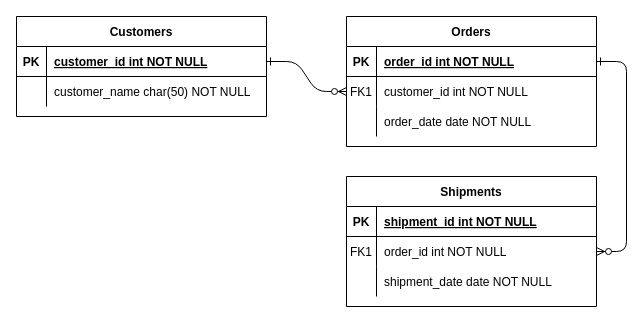
This is Untitled Diagram.drawio from belabonga/Javascript-EJS-Sequelize-Trupentool, a draw.io file, before an edit. Source tidied: cells renumbered, new cells numbered last; positions are measured from the earlier drawing's top-left corner, leaving out a move shared by most shapes. Both pictures are drawn from the tidied source at 100%, with x=0, y=0 at pixel (16, 16).
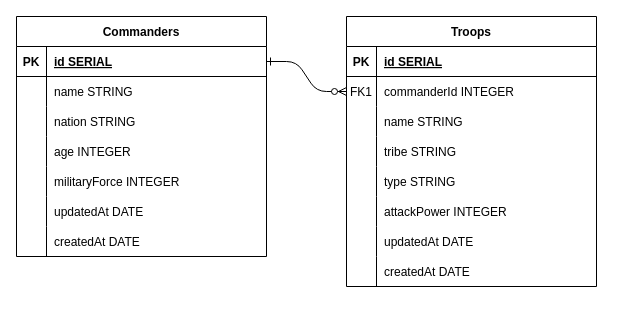
The same page after the edit.

Unchanged cells that the change refers to:
```xml
<mxCell id="5" style="shape=partialRectangle;fillColor=none;points=[[0,0.5],[1,0.5]];portConstraint=eastwest;top=0;left=0;right=0;bottom=1;" parent="4" vertex="1">
  <mxGeometry y="30" width="250" height="30" as="geometry" />
</mxCell>
<mxCell id="8" style="shape=partialRectangle;fillColor=none;points=[[0,0.5],[1,0.5]];portConstraint=eastwest;top=0;left=0;right=0;bottom=0;" parent="4" vertex="1">
  <mxGeometry y="60" width="250" height="30" as="geometry" />
</mxCell>
<mxCell id="11" style="shape=partialRectangle;fillColor=none;top=0;left=0;right=0;bottom=0;" parent="4" vertex="1">
  <mxGeometry y="90" width="250" height="30" as="geometry" />
</mxCell>
<mxCell id="25" style="shape=partialRectangle;fillColor=none;points=[[0,0.5],[1,0.5]];portConstraint=eastwest;top=0;left=0;right=0;bottom=1;" parent="24" vertex="1">
  <mxGeometry y="30" width="250" height="30" as="geometry" />
</mxCell>
<mxCell id="28" style="shape=partialRectangle;fillColor=none;top=0;left=0;right=0;bottom=0;" parent="24" vertex="1">
  <mxGeometry y="60" width="250" height="30" as="geometry" />
</mxCell>
```

The edit, as a diff of the source:
```diff
@@
-    <mxCell id="3" style="edgeStyle=entityRelationEdgeStyle;endArrow=ERzeroToMany;startArrow=ERone;endFill=1;startFill=0;" parent="1" edge="1" source="5" target="18">
-      <mxGeometry relative="1" as="geometry" />
-    </mxCell>
-    <mxCell id="4" value="Orders" style="shape=table;startSize=30;childLayout=tableLayout;rowLines=0;fontStyle=1;align=center;" parent="1" vertex="1">
-      <mxGeometry x="330" width="250" height="130" as="geometry" />
+    <mxCell id="4" value="Troops" style="shape=table;startSize=30;childLayout=tableLayout;rowLines=0;fontStyle=1;align=center;" parent="1" vertex="1">
+      <mxGeometry x="330" width="250" height="270" as="geometry" />
     </mxCell>
@@
-    <mxCell id="7" value="order_id int NOT NULL " style="shape=partialRectangle;overflow=hidden;fillColor=none;top=0;left=0;bottom=0;right=0;align=left;spacingLeft=6;fontStyle=5;" parent="5" vertex="1">
+    <mxCell id="7" value="id SERIAL" style="shape=partialRectangle;overflow=hidden;fillColor=none;top=0;left=0;bottom=0;right=0;align=left;spacingLeft=6;fontStyle=5;" parent="5" vertex="1">
       <mxGeometry x="30" width="220" height="30" as="geometry" />
     </mxCell>
@@
-    <mxCell id="10" value="customer_id int NOT NULL" style="shape=partialRectangle;overflow=hidden;fillColor=none;top=0;left=0;bottom=0;right=0;align=left;spacingLeft=6;" parent="8" vertex="1">
+    <mxCell id="10" value="commanderId INTEGER" style="shape=partialRectangle;overflow=hidden;fillColor=none;top=0;left=0;bottom=0;right=0;align=left;spacingLeft=6;" parent="8" vertex="1">
       <mxGeometry x="30" width="220" height="30" as="geometry" />
     </mxCell>
@@
-    <mxCell id="13" value="order_date date NOT NULL" style="shape=partialRectangle;overflow=hidden;fillColor=none;top=0;left=0;bottom=0;right=0;align=left;spacingLeft=6;" parent="11" vertex="1">
+    <mxCell id="13" value="name STRING" style="shape=partialRectangle;overflow=hidden;fillColor=none;top=0;left=0;bottom=0;right=0;align=left;spacingLeft=6;" parent="11" vertex="1">
       <mxGeometry x="30" width="220" height="30" as="geometry" />
     </mxCell>
-    <mxCell id="14" value="Shipments" style="shape=table;startSize=30;childLayout=tableLayout;rowLines=0;fontStyle=1;align=center;" parent="1" vertex="1">
-      <mxGeometry x="330" y="160" width="250" height="130" as="geometry" />
-    </mxCell>
-    <mxCell id="15" style="shape=partialRectangle;fillColor=none;top=0;left=0;right=0;bottom=1;" parent="14" vertex="1">
-      <mxGeometry y="30" width="250" height="30" as="geometry" />
-    </mxCell>
-    <mxCell id="16" value="PK" style="shape=partialRectangle;overflow=hidden;fillColor=none;top=0;left=0;bottom=0;right=0;fontStyle=1;" parent="15" vertex="1">
-      <mxGeometry width="30" height="30" as="geometry" />
-    </mxCell>
-    <mxCell id="17" value="shipment_id int NOT NULL " style="shape=partialRectangle;overflow=hidden;fillColor=none;top=0;left=0;bottom=0;right=0;align=left;spacingLeft=6;fontStyle=5;" parent="15" vertex="1">
-      <mxGeometry x="30" width="220" height="30" as="geometry" />
-    </mxCell>
-    <mxCell id="18" style="shape=partialRectangle;fillColor=none;points=[[0,0.5],[1,0.5]];portConstraint=eastwest;top=0;left=0;right=0;bottom=0;" parent="14" vertex="1">
-      <mxGeometry y="60" width="250" height="30" as="geometry" />
-    </mxCell>
-    <mxCell id="19" value="FK1" style="shape=partialRectangle;overflow=hidden;fillColor=none;top=0;left=0;bottom=0;right=0;" parent="18" vertex="1">
-      <mxGeometry width="30" height="30" as="geometry" />
-    </mxCell>
-    <mxCell id="20" value="order_id int NOT NULL" style="shape=partialRectangle;overflow=hidden;fillColor=none;top=0;left=0;bottom=0;right=0;align=left;spacingLeft=6;" parent="18" vertex="1">
-      <mxGeometry x="30" width="220" height="30" as="geometry" />
-    </mxCell>
-    <mxCell id="21" style="shape=partialRectangle;fillColor=none;top=0;left=0;right=0;bottom=0;" parent="14" vertex="1">
-      <mxGeometry y="90" width="250" height="30" as="geometry" />
-    </mxCell>
-    <mxCell id="22" style="shape=partialRectangle;overflow=hidden;fillColor=none;top=0;left=0;bottom=0;right=0;" parent="21" vertex="1">
-      <mxGeometry width="30" height="30" as="geometry" />
-    </mxCell>
-    <mxCell id="23" value="shipment_date date NOT NULL" style="shape=partialRectangle;overflow=hidden;fillColor=none;top=0;left=0;bottom=0;right=0;align=left;spacingLeft=6;" parent="21" vertex="1">
-      <mxGeometry x="30" width="220" height="30" as="geometry" />
-    </mxCell>
+    <mxCell id="31" style="shape=partialRectangle;fillColor=none;top=0;left=0;right=0;bottom=0;" parent="4" vertex="1">
+      <mxGeometry y="120" width="250" height="30" as="geometry" />
+    </mxCell>
+    <mxCell id="32" style="shape=partialRectangle;overflow=hidden;fillColor=none;top=0;left=0;bottom=0;right=0;" parent="31" vertex="1">
+      <mxGeometry width="30" height="30" as="geometry" />
+    </mxCell>
+    <mxCell id="33" value="tribe STRING" style="shape=partialRectangle;overflow=hidden;fillColor=none;top=0;left=0;bottom=0;right=0;align=left;spacingLeft=6;" parent="31" vertex="1">
+      <mxGeometry x="30" width="220" height="30" as="geometry" />
+    </mxCell>
+    <mxCell id="34" style="shape=partialRectangle;fillColor=none;top=0;left=0;right=0;bottom=0;" parent="4" vertex="1">
+      <mxGeometry y="150" width="250" height="30" as="geometry" />
+    </mxCell>
+    <mxCell id="35" style="shape=partialRectangle;overflow=hidden;fillColor=none;top=0;left=0;bottom=0;right=0;" parent="34" vertex="1">
+      <mxGeometry width="30" height="30" as="geometry" />
+    </mxCell>
+    <mxCell id="36" value="type STRING" style="shape=partialRectangle;overflow=hidden;fillColor=none;top=0;left=0;bottom=0;right=0;align=left;spacingLeft=6;" parent="34" vertex="1">
+      <mxGeometry x="30" width="220" height="30" as="geometry" />
+    </mxCell>
+    <mxCell id="37" style="shape=partialRectangle;fillColor=none;top=0;left=0;right=0;bottom=0;" parent="4" vertex="1">
+      <mxGeometry y="180" width="250" height="30" as="geometry" />
+    </mxCell>
+    <mxCell id="38" style="shape=partialRectangle;overflow=hidden;fillColor=none;top=0;left=0;bottom=0;right=0;" parent="37" vertex="1">
+      <mxGeometry width="30" height="30" as="geometry" />
+    </mxCell>
+    <mxCell id="39" value="attackPower INTEGER" style="shape=partialRectangle;overflow=hidden;fillColor=none;top=0;left=0;bottom=0;right=0;align=left;spacingLeft=6;" parent="37" vertex="1">
+      <mxGeometry x="30" width="220" height="30" as="geometry" />
+    </mxCell>
+    <mxCell id="40" style="shape=partialRectangle;fillColor=none;top=0;left=0;right=0;bottom=0;" parent="4" vertex="1">
+      <mxGeometry y="210" width="250" height="30" as="geometry" />
+    </mxCell>
+    <mxCell id="41" style="shape=partialRectangle;overflow=hidden;fillColor=none;top=0;left=0;bottom=0;right=0;" parent="40" vertex="1">
+      <mxGeometry width="30" height="30" as="geometry" />
+    </mxCell>
+    <mxCell id="42" value="updatedAt DATE" style="shape=partialRectangle;overflow=hidden;fillColor=none;top=0;left=0;bottom=0;right=0;align=left;spacingLeft=6;" parent="40" vertex="1">
+      <mxGeometry x="30" width="220" height="30" as="geometry" />
+    </mxCell>
+    <mxCell id="43" style="shape=partialRectangle;fillColor=none;top=0;left=0;right=0;bottom=0;" parent="4" vertex="1">
+      <mxGeometry y="240" width="250" height="30" as="geometry" />
+    </mxCell>
+    <mxCell id="44" style="shape=partialRectangle;overflow=hidden;fillColor=none;top=0;left=0;bottom=0;right=0;" parent="43" vertex="1">
+      <mxGeometry width="30" height="30" as="geometry" />
+    </mxCell>
+    <mxCell id="45" value="createdAt DATE" style="shape=partialRectangle;overflow=hidden;fillColor=none;top=0;left=0;bottom=0;right=0;align=left;spacingLeft=6;" parent="43" vertex="1">
+      <mxGeometry x="30" width="220" height="30" as="geometry" />
+    </mxCell>
-    <mxCell id="24" value="Customers" style="shape=table;startSize=30;childLayout=tableLayout;rowLines=0;fontStyle=1;align=center;" parent="1" vertex="1">
-      <mxGeometry width="250" height="100" as="geometry" />
+    <mxCell id="24" value="Commanders" style="shape=table;startSize=30;childLayout=tableLayout;rowLines=0;fontStyle=1;align=center;" parent="1" vertex="1">
+      <mxGeometry width="250" height="240" as="geometry" />
     </mxCell>
@@
-    <mxCell id="27" value="customer_id int NOT NULL " style="shape=partialRectangle;overflow=hidden;fillColor=none;top=0;left=0;bottom=0;right=0;align=left;spacingLeft=6;fontStyle=5;" parent="25" vertex="1">
+    <mxCell id="27" value="id SERIAL" style="shape=partialRectangle;overflow=hidden;fillColor=none;top=0;left=0;bottom=0;right=0;align=left;spacingLeft=6;fontStyle=5;" parent="25" vertex="1">
       <mxGeometry x="30" width="220" height="30" as="geometry" />
     </mxCell>
@@
-    <mxCell id="30" value="customer_name char(50) NOT NULL" style="shape=partialRectangle;overflow=hidden;fillColor=none;top=0;left=0;bottom=0;right=0;align=left;spacingLeft=6;" parent="28" vertex="1">
+    <mxCell id="30" value="name STRING" style="shape=partialRectangle;overflow=hidden;fillColor=none;top=0;left=0;bottom=0;right=0;align=left;spacingLeft=6;" parent="28" vertex="1">
       <mxGeometry x="30" width="220" height="30" as="geometry" />
     </mxCell>
+    <mxCell id="21" style="shape=partialRectangle;fillColor=none;top=0;left=0;right=0;bottom=0;" parent="24" vertex="1">
+      <mxGeometry y="90" width="250" height="30" as="geometry" />
+    </mxCell>
+    <mxCell id="46" style="shape=partialRectangle;overflow=hidden;fillColor=none;top=0;left=0;bottom=0;right=0;" parent="21" vertex="1">
+      <mxGeometry width="30" height="30" as="geometry" />
+    </mxCell>
+    <mxCell id="47" value="nation STRING" style="shape=partialRectangle;overflow=hidden;fillColor=none;top=0;left=0;bottom=0;right=0;align=left;spacingLeft=6;" parent="21" vertex="1">
+      <mxGeometry x="30" width="220" height="30" as="geometry" />
+    </mxCell>
+    <mxCell id="48" style="shape=partialRectangle;fillColor=none;top=0;left=0;right=0;bottom=0;" parent="24" vertex="1">
+      <mxGeometry y="120" width="250" height="30" as="geometry" />
+    </mxCell>
+    <mxCell id="49" style="shape=partialRectangle;overflow=hidden;fillColor=none;top=0;left=0;bottom=0;right=0;" parent="48" vertex="1">
+      <mxGeometry width="30" height="30" as="geometry" />
+    </mxCell>
+    <mxCell id="50" value="age INTEGER" style="shape=partialRectangle;overflow=hidden;fillColor=none;top=0;left=0;bottom=0;right=0;align=left;spacingLeft=6;" parent="48" vertex="1">
+      <mxGeometry x="30" width="220" height="30" as="geometry" />
+    </mxCell>
+    <mxCell id="51" style="shape=partialRectangle;fillColor=none;top=0;left=0;right=0;bottom=0;" parent="24" vertex="1">
+      <mxGeometry y="150" width="250" height="30" as="geometry" />
+    </mxCell>
+    <mxCell id="52" style="shape=partialRectangle;overflow=hidden;fillColor=none;top=0;left=0;bottom=0;right=0;" parent="51" vertex="1">
+      <mxGeometry width="30" height="30" as="geometry" />
+    </mxCell>
+    <mxCell id="53" value="militaryForce INTEGER" style="shape=partialRectangle;overflow=hidden;fillColor=none;top=0;left=0;bottom=0;right=0;align=left;spacingLeft=6;" parent="51" vertex="1">
+      <mxGeometry x="30" width="220" height="30" as="geometry" />
+    </mxCell>
+    <mxCell id="54" style="shape=partialRectangle;fillColor=none;top=0;left=0;right=0;bottom=0;" parent="24" vertex="1">
+      <mxGeometry y="180" width="250" height="30" as="geometry" />
+    </mxCell>
+    <mxCell id="55" style="shape=partialRectangle;overflow=hidden;fillColor=none;top=0;left=0;bottom=0;right=0;" parent="54" vertex="1">
+      <mxGeometry width="30" height="30" as="geometry" />
+    </mxCell>
+    <mxCell id="56" value="updatedAt DATE" style="shape=partialRectangle;overflow=hidden;fillColor=none;top=0;left=0;bottom=0;right=0;align=left;spacingLeft=6;" parent="54" vertex="1">
+      <mxGeometry x="30" width="220" height="30" as="geometry" />
+    </mxCell>
+    <mxCell id="57" style="shape=partialRectangle;fillColor=none;top=0;left=0;right=0;bottom=0;" parent="24" vertex="1">
+      <mxGeometry y="210" width="250" height="30" as="geometry" />
+    </mxCell>
+    <mxCell id="58" style="shape=partialRectangle;overflow=hidden;fillColor=none;top=0;left=0;bottom=0;right=0;" parent="57" vertex="1">
+      <mxGeometry width="30" height="30" as="geometry" />
+    </mxCell>
+    <mxCell id="59" value="createdAt DATE" style="shape=partialRectangle;overflow=hidden;fillColor=none;top=0;left=0;bottom=0;right=0;align=left;spacingLeft=6;" parent="57" vertex="1">
+      <mxGeometry x="30" width="220" height="30" as="geometry" />
+    </mxCell>
```
